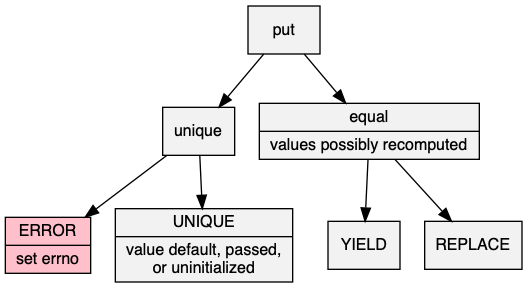
Before: web/put.png, a diagram exported from Graphviz (neil-edelman/boxes). Its source is kept beside it as web/put.gv.
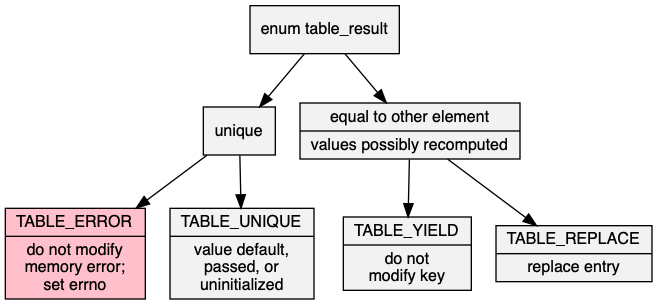
Above is the later version.

Diff of the diagram source:
```diff
@@ -5,16 +5,16 @@
 	fontsize = 12;
 	node [fontname = "Bitstream Vera Sans", fontsize = 12];
 	edge [fontname = "Bitstream Vera Sans" fontsize = 12];
-	put;
+	put [label="enum table_result"];
 	put -> unique;
 	unique -> error;
 	unique -> grow;
 	put -> equal;
 	equal -> yield;
 	equal -> replace;
-	error [label="{ERROR|set errno}", fillcolor="Pink"];
-	equal [label="{equal|values possibly recomputed}"];
-	grow [label="{UNIQUE|value default, passed,\lor uninitialized}"];
-	yield [label="YIELD"];
-	replace [label="REPLACE"];
+	error [label="{TABLE_ERROR|do not modify\nmemory error;\nset errno}", fillcolor="Pink"];
+	equal [label="{equal to other element|values possibly recomputed}"];
+	grow [label="{TABLE_UNIQUE|value default,\npassed, or\nuninitialized}"];
+	yield [label="{TABLE_YIELD|do not\nmodify key}"];
+	replace [label="{TABLE_REPLACE|replace entry}"];
 }
```
